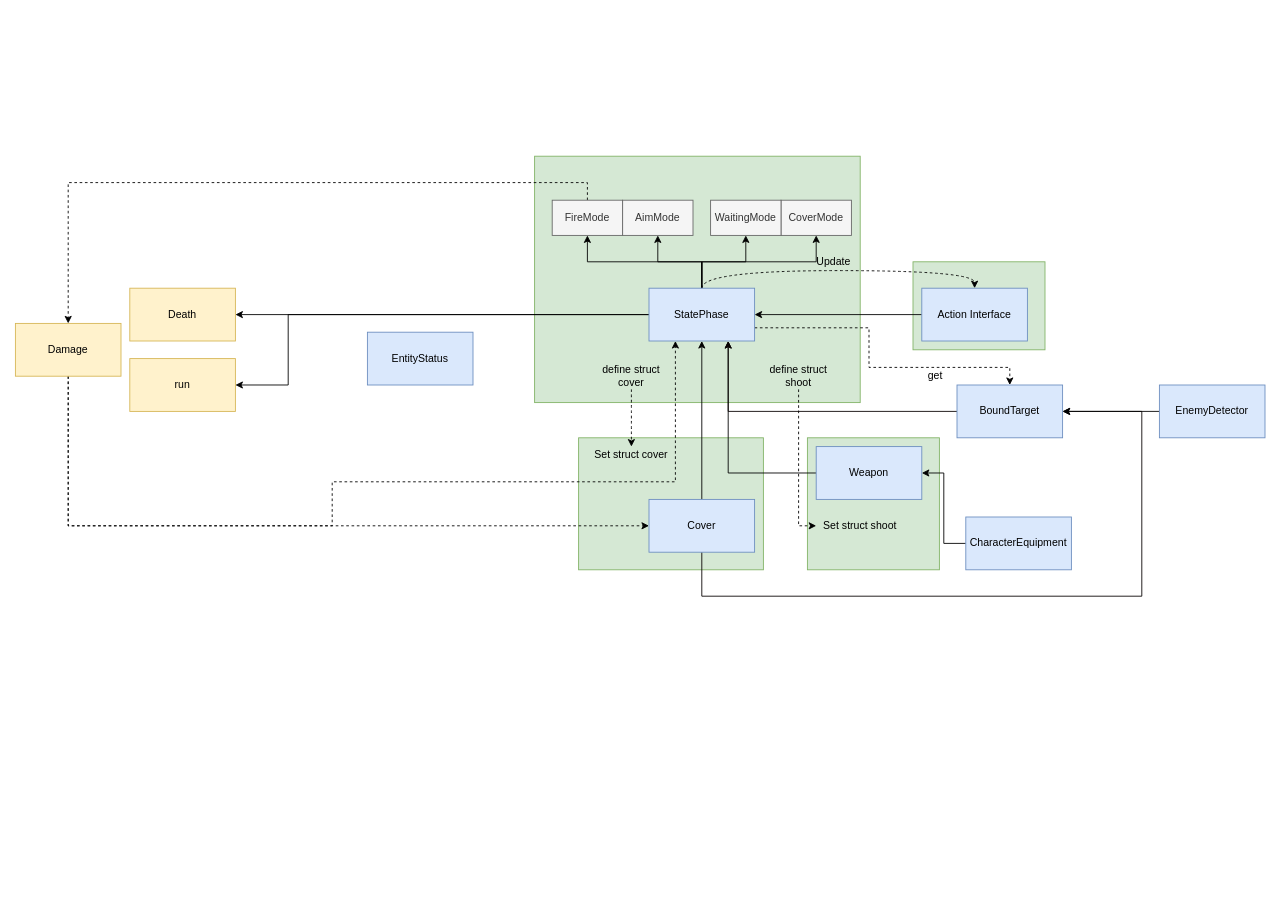
Before: Draw io/Cover and Fire programing scheme.drawio in ludoxe/Cover-and-Fire, a draw.io diagram. Source tidied: cells renumbered, new cells numbered last; positions are measured from the earlier drawing's top-left corner, leaving out a move shared by most shapes. Both pictures are drawn from the tidied source at 88%, with x=0, y=0 at pixel (15, 156).
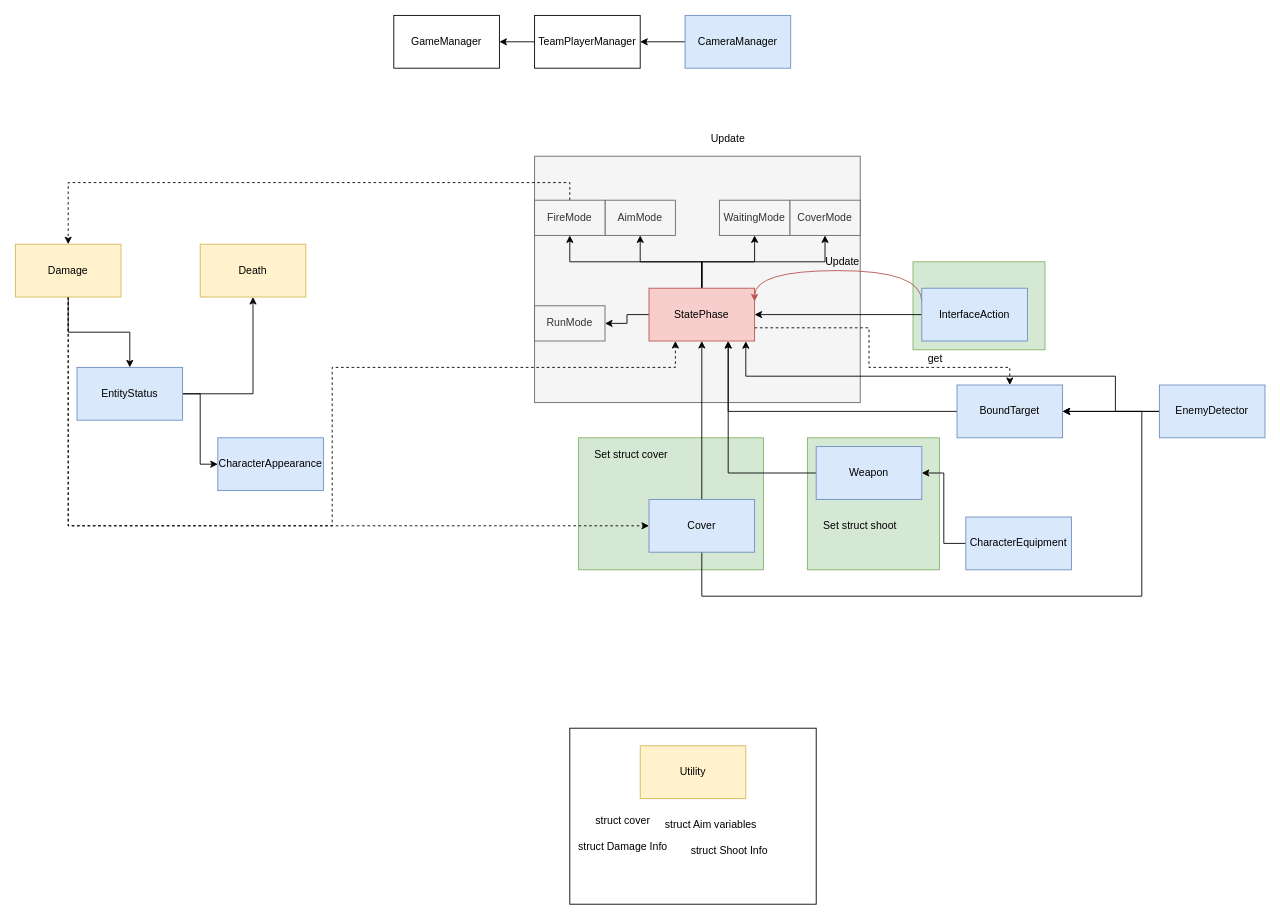
The same page after the edit.

Unchanged cells that the change refers to:
```xml
<mxCell id="28" value="Set struct cover" style="text;html=1;strokeColor=none;fillColor=none;align=center;verticalAlign=middle;whiteSpace=wrap;rounded=0;" parent="1" vertex="1">
  <mxGeometry x="650" y="330" width="100" height="20" as="geometry" />
</mxCell>
<mxCell id="39" value="Set struct shoot" style="text;html=1;strokeColor=none;fillColor=none;align=center;verticalAlign=middle;whiteSpace=wrap;rounded=0;" parent="1" vertex="1">
  <mxGeometry x="910" y="410" width="100" height="20" as="geometry" />
</mxCell>
<mxCell id="41" value="EnemyDetector" style="whiteSpace=wrap;html=1;fillColor=#dae8fc;strokeColor=#6c8ebf;" parent="1" vertex="1">
  <mxGeometry x="1300" y="260" width="120" height="60" as="geometry" />
</mxCell>
```

Change to the diagram source:
```diff
@@
-    <mxCell id="5" style="rounded=0;whiteSpace=wrap;html=1;fillColor=#d5e8d4;strokeColor=#82b366;" parent="1" vertex="1">
+    <mxCell id="5" style="rounded=0;whiteSpace=wrap;html=1;fillColor=#f5f5f5;fontColor=#333333;strokeColor=#666666;" parent="1" vertex="1">
       <mxGeometry x="590" width="370" height="280" as="geometry" />
     </mxCell>
-    <mxCell id="6" style="edgeStyle=orthogonalEdgeStyle;rounded=0;jettySize=auto;html=1;exitX=0;exitY=0.5;exitDx=0;exitDy=0;entryX=1;entryY=0.5;entryDx=0;entryDy=0;" parent="1" edge="1" source="14" target="23">
-      <mxGeometry relative="1" as="geometry" />
-    </mxCell>
-    <mxCell id="7" style="edgeStyle=orthogonalEdgeStyle;rounded=0;jettySize=auto;html=1;exitX=0;exitY=0.5;exitDx=0;exitDy=0;entryX=1;entryY=0.5;entryDx=0;entryDy=0;" parent="1" edge="1" source="14" target="24">
-      <mxGeometry relative="1" as="geometry">
-        <Array as="points">
-          <mxPoint x="310" y="180" />
-          <mxPoint x="310" y="260" />
-        </Array>
-      </mxGeometry>
-    </mxCell>
@@
-    <mxCell id="10" style="edgeStyle=orthogonalEdgeStyle;jettySize=auto;html=1;exitX=0.5;exitY=0;exitDx=0;exitDy=0;entryX=0.5;entryY=0;entryDx=0;entryDy=0;curved=1;dashed=1;" parent="1" edge="1" source="14" target="19">
-      <mxGeometry relative="1" as="geometry">
-        <Array as="points">
-          <mxPoint x="780" y="130" />
-          <mxPoint x="1090" y="130" />
-        </Array>
-      </mxGeometry>
-    </mxCell>
@@
+    <mxCell id="48" style="edgeStyle=orthogonalEdgeStyle;rounded=0;jettySize=auto;html=1;entryX=1;entryY=0.5;entryDx=0;entryDy=0;" parent="1" edge="1" source="14" target="67">
+      <mxGeometry relative="1" as="geometry" />
+    </mxCell>
-    <mxCell id="14" value="StatePhase" style="rounded=0;whiteSpace=wrap;html=1;fillColor=#dae8fc;strokeColor=#6c8ebf;" parent="1" vertex="1">
+    <mxCell id="14" value="StatePhase" style="rounded=0;whiteSpace=wrap;html=1;fillColor=#f8cecc;strokeColor=#b85450;" parent="1" vertex="1">
       <mxGeometry x="720" y="150" width="120" height="60" as="geometry" />
     </mxCell>
@@
+    <mxCell id="49" style="edgeStyle=orthogonalEdgeStyle;jettySize=auto;html=1;exitX=0;exitY=0.25;exitDx=0;exitDy=0;entryX=1;entryY=0.25;entryDx=0;entryDy=0;strokeColor=#b85450;curved=1;fillColor=#f8cecc;" parent="1" edge="1" source="19" target="14">
+      <mxGeometry relative="1" as="geometry">
+        <Array as="points">
+          <mxPoint x="1030" y="130" />
+          <mxPoint x="840" y="130" />
+        </Array>
+      </mxGeometry>
+    </mxCell>
-    <mxCell id="19" value="Action Interface" style="rounded=0;whiteSpace=wrap;html=1;fillColor=#dae8fc;strokeColor=#6c8ebf;" parent="1" vertex="1">
+    <mxCell id="19" value="InterfaceAction" style="rounded=0;whiteSpace=wrap;html=1;fillColor=#dae8fc;strokeColor=#6c8ebf;" parent="1" vertex="1">
       <mxGeometry x="1030" y="150" width="120" height="60" as="geometry" />
     </mxCell>
     <mxCell id="20" value="AimMode" style="rounded=0;whiteSpace=wrap;html=1;fillColor=#f5f5f5;strokeColor=#666666;fontColor=#333333;" parent="1" vertex="1">
-      <mxGeometry x="690" y="50" width="80" height="40" as="geometry" />
+      <mxGeometry x="670" y="50" width="80" height="40" as="geometry" />
     </mxCell>
@@
     <mxCell id="22" value="FireMode" style="rounded=0;whiteSpace=wrap;html=1;fillColor=#f5f5f5;strokeColor=#666666;fontColor=#333333;" parent="1" vertex="1">
-      <mxGeometry x="610" y="50" width="80" height="40" as="geometry" />
+      <mxGeometry x="590" y="50" width="80" height="40" as="geometry" />
     </mxCell>
     <mxCell id="23" value="Death" style="rounded=0;whiteSpace=wrap;html=1;fillColor=#fff2cc;strokeColor=#d6b656;" parent="1" vertex="1">
-      <mxGeometry x="130" y="150" width="120" height="60" as="geometry" />
+      <mxGeometry x="210" y="100" width="120" height="60" as="geometry" />
     </mxCell>
-    <mxCell id="24" value="run" style="rounded=0;whiteSpace=wrap;html=1;fillColor=#fff2cc;strokeColor=#d6b656;" parent="1" vertex="1">
-      <mxGeometry x="130" y="230" width="120" height="60" as="geometry" />
-    </mxCell>
     <mxCell id="25" value="Update" style="text;html=1;strokeColor=none;fillColor=none;align=center;verticalAlign=middle;whiteSpace=wrap;rounded=0;" parent="1" vertex="1">
-      <mxGeometry x="910" y="110" width="40" height="20" as="geometry" />
+      <mxGeometry x="920" y="110" width="40" height="20" as="geometry" />
     </mxCell>
-    <mxCell id="26" style="edgeStyle=orthogonalEdgeStyle;curved=1;jettySize=auto;html=1;exitX=0.5;exitY=1;exitDx=0;exitDy=0;entryX=0.5;entryY=0;entryDx=0;entryDy=0;dashed=1;" parent="1" edge="1" source="27" target="28">
-      <mxGeometry relative="1" as="geometry" />
-    </mxCell>
-    <mxCell id="27" value="define struct cover" style="text;html=1;strokeColor=none;fillColor=none;align=center;verticalAlign=middle;whiteSpace=wrap;rounded=0;" parent="1" vertex="1">
-      <mxGeometry x="650" y="235" width="100" height="30" as="geometry" />
-    </mxCell>
@@
     <mxCell id="31" style="edgeStyle=orthogonalEdgeStyle;rounded=0;jettySize=auto;html=1;exitX=0.5;exitY=1;exitDx=0;exitDy=0;dashed=1;entryX=0.25;entryY=1;entryDx=0;entryDy=0;" parent="1" edge="1" source="32" target="14">
       <mxGeometry relative="1" as="geometry">
         <Array as="points">
           <mxPoint x="60" y="420" />
           <mxPoint x="360" y="420" />
-          <mxPoint x="360" y="370" />
-          <mxPoint x="750" y="370" />
+          <mxPoint x="360" y="240" />
+          <mxPoint x="750" y="240" />
         </Array>
       </mxGeometry>
     </mxCell>
+    <mxCell id="50" style="edgeStyle=orthogonalEdgeStyle;rounded=0;jettySize=auto;html=1;entryX=0.5;entryY=0;entryDx=0;entryDy=0;" parent="1" edge="1" source="32" target="47">
+      <mxGeometry relative="1" as="geometry" />
+    </mxCell>
     <mxCell id="32" value="Damage" style="whiteSpace=wrap;html=1;fillColor=#fff2cc;strokeColor=#d6b656;" parent="1" vertex="1">
-      <mxGeometry y="190" width="120" height="60" as="geometry" />
+      <mxGeometry y="100" width="120" height="60" as="geometry" />
     </mxCell>
     <mxCell id="33" value="CoverMode" style="whiteSpace=wrap;html=1;fillColor=#f5f5f5;strokeColor=#666666;fontColor=#333333;" parent="1" vertex="1">
-      <mxGeometry x="870" y="50" width="80" height="40" as="geometry" />
+      <mxGeometry x="880" y="50" width="80" height="40" as="geometry" />
     </mxCell>
@@
-    <mxCell id="37" style="edgeStyle=orthogonalEdgeStyle;rounded=0;jettySize=auto;html=1;exitX=0.5;exitY=1;exitDx=0;exitDy=0;entryX=0;entryY=0.5;entryDx=0;entryDy=0;dashed=1;" parent="1" edge="1" source="38" target="39">
-      <mxGeometry relative="1" as="geometry" />
-    </mxCell>
-    <mxCell id="38" value="define struct shoot" style="text;html=1;strokeColor=none;fillColor=none;align=center;verticalAlign=middle;whiteSpace=wrap;rounded=0;" parent="1" vertex="1">
-      <mxGeometry x="840" y="235" width="100" height="30" as="geometry" />
-    </mxCell>
@@
+    <mxCell id="51" style="edgeStyle=orthogonalEdgeStyle;rounded=0;jettySize=auto;html=1;exitX=0;exitY=0.5;exitDx=0;exitDy=0;entryX=0.917;entryY=1.004;entryDx=0;entryDy=0;entryPerimeter=0;" parent="1" edge="1" source="41" target="14">
+      <mxGeometry relative="1" as="geometry">
+        <Array as="points">
+          <mxPoint x="1250" y="290" />
+          <mxPoint x="1250" y="250" />
+          <mxPoint x="830" y="250" />
+        </Array>
+      </mxGeometry>
+    </mxCell>
@@
     <mxCell id="45" value="WaitingMode" style="whiteSpace=wrap;html=1;fillColor=#f5f5f5;strokeColor=#666666;fontColor=#333333;" parent="1" vertex="1">
-      <mxGeometry x="790" y="50" width="80" height="40" as="geometry" />
+      <mxGeometry x="800" y="50" width="80" height="40" as="geometry" />
     </mxCell>
     <mxCell id="46" value="get" style="text;html=1;align=center;verticalAlign=middle;" parent="1" vertex="1">
-      <mxGeometry x="1030" y="240" width="30" height="20" as="geometry" />
+      <mxGeometry x="1030" y="220" width="30" height="20" as="geometry" />
     </mxCell>
+    <mxCell id="52" style="edgeStyle=orthogonalEdgeStyle;rounded=0;jettySize=auto;html=1;exitX=1;exitY=0.5;exitDx=0;exitDy=0;entryX=0;entryY=0.5;entryDx=0;entryDy=0;" parent="1" edge="1" source="47" target="61">
+      <mxGeometry relative="1" as="geometry" />
+    </mxCell>
+    <mxCell id="53" style="edgeStyle=orthogonalEdgeStyle;rounded=0;jettySize=auto;html=1;entryX=0.5;entryY=1;entryDx=0;entryDy=0;" parent="1" edge="1" source="47" target="23">
+      <mxGeometry relative="1" as="geometry" />
+    </mxCell>
     <mxCell id="47" value="EntityStatus" style="rounded=0;whiteSpace=wrap;html=1;fillColor=#dae8fc;strokeColor=#6c8ebf;" parent="1" vertex="1">
-      <mxGeometry x="400" y="200" width="120" height="60" as="geometry" />
+      <mxGeometry x="70" y="240" width="120" height="60" as="geometry" />
     </mxCell>
+    <mxCell id="54" style="rounded=0;whiteSpace=wrap;html=1;" parent="1" vertex="1">
+      <mxGeometry x="630" y="650" width="280" height="200" as="geometry" />
+    </mxCell>
+    <mxCell id="55" value="Utility" style="whiteSpace=wrap;html=1;fillColor=#fff2cc;strokeColor=#d6b656;" parent="1" vertex="1">
+      <mxGeometry x="710" y="670" width="120" height="60" as="geometry" />
+    </mxCell>
+    <mxCell id="56" value="struct cover" style="text;html=1;align=center;verticalAlign=middle;strokeColor=none;fillColor=none;" parent="1" vertex="1">
+      <mxGeometry x="650" y="745" width="80" height="20" as="geometry" />
+    </mxCell>
+    <mxCell id="57" value="struct Aim variables" style="text;html=1;align=center;verticalAlign=middle;strokeColor=none;fillColor=none;" parent="1" vertex="1">
+      <mxGeometry x="730" y="750" width="120" height="20" as="geometry" />
+    </mxCell>
+    <mxCell id="58" value="struct Damage Info" style="text;html=1;align=center;verticalAlign=middle;strokeColor=none;fillColor=none;" parent="1" vertex="1">
+      <mxGeometry x="630" y="775" width="120" height="20" as="geometry" />
+    </mxCell>
+    <mxCell id="59" value="struct Shoot Info" style="text;html=1;align=center;verticalAlign=middle;strokeColor=none;fillColor=none;" parent="1" vertex="1">
+      <mxGeometry x="761" y="780" width="100" height="20" as="geometry" />
+    </mxCell>
+    <mxCell id="60" value="GameManager" style="whiteSpace=wrap;html=1;" parent="1" vertex="1">
+      <mxGeometry x="430" y="-160" width="120" height="60" as="geometry" />
+    </mxCell>
+    <mxCell id="61" value="CharacterAppearance" style="whiteSpace=wrap;html=1;fillColor=#dae8fc;strokeColor=#6c8ebf;" parent="1" vertex="1">
+      <mxGeometry x="230" y="320" width="120" height="60" as="geometry" />
+    </mxCell>
+    <mxCell id="62" style="edgeStyle=orthogonalEdgeStyle;rounded=0;jettySize=auto;html=1;exitX=0;exitY=0.5;exitDx=0;exitDy=0;entryX=1;entryY=0.5;entryDx=0;entryDy=0;" parent="1" edge="1" source="63" target="60">
+      <mxGeometry relative="1" as="geometry" />
+    </mxCell>
+    <mxCell id="63" value="TeamPlayerManager" style="whiteSpace=wrap;html=1;" parent="1" vertex="1">
+      <mxGeometry x="590" y="-160" width="120" height="60" as="geometry" />
+    </mxCell>
+    <mxCell id="64" style="edgeStyle=orthogonalEdgeStyle;rounded=0;jettySize=auto;html=1;exitX=0;exitY=0.5;exitDx=0;exitDy=0;" parent="1" edge="1" source="65" target="63">
+      <mxGeometry relative="1" as="geometry" />
+    </mxCell>
+    <mxCell id="65" value="CameraManager" style="whiteSpace=wrap;html=1;fillColor=#dae8fc;strokeColor=#6c8ebf;" parent="1" vertex="1">
+      <mxGeometry x="761" y="-160" width="120" height="60" as="geometry" />
+    </mxCell>
+    <mxCell id="66" value="Update" style="text;html=1;strokeColor=none;fillColor=none;align=center;verticalAlign=middle;whiteSpace=wrap;rounded=0;" parent="1" vertex="1">
+      <mxGeometry x="790" y="-30" width="40" height="20" as="geometry" />
+    </mxCell>
+    <mxCell id="67" value="RunMode" style="rounded=0;whiteSpace=wrap;html=1;fillColor=#f5f5f5;strokeColor=#666666;fontColor=#333333;" parent="1" vertex="1">
+      <mxGeometry x="590" y="170" width="80" height="40" as="geometry" />
+    </mxCell>
```
